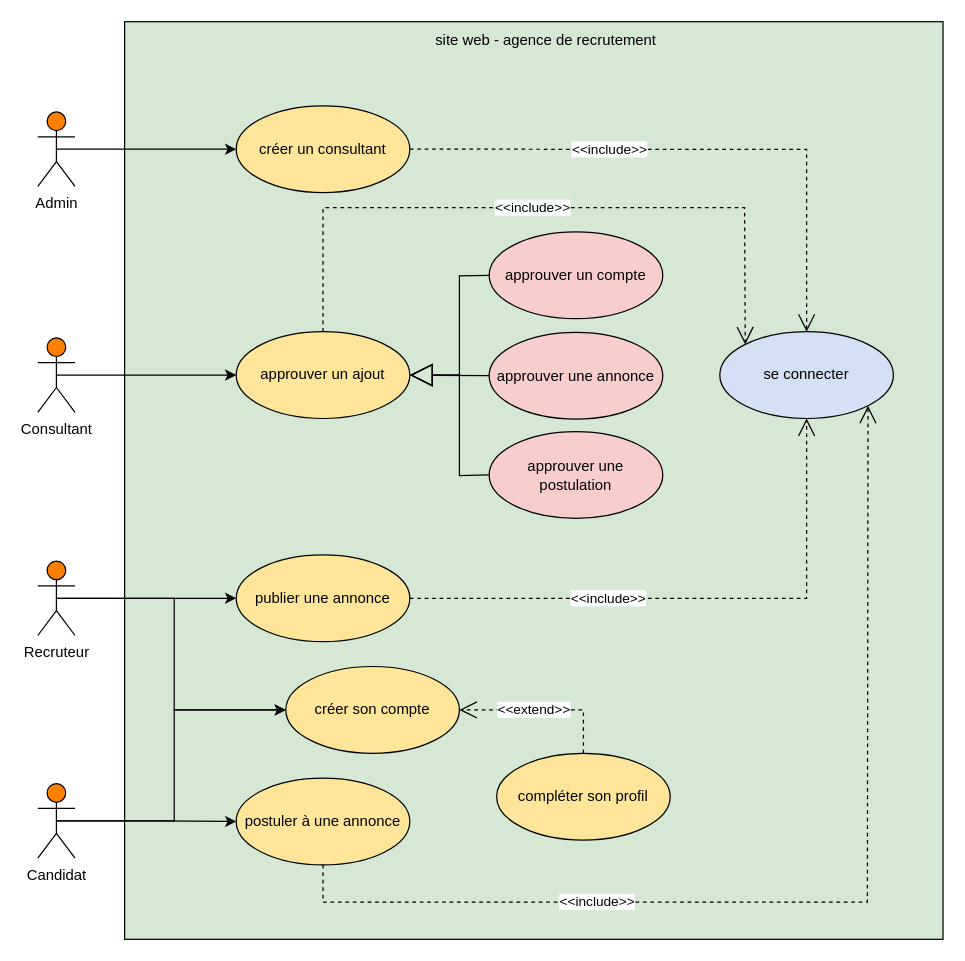
Before: page "Cas-Utilisation" (1 of 2) of agence.drawio in CaroVez/agenceRecrutement, a draw.io diagram. Source tidied: cells renumbered, new cells numbered last; positions are measured from the earlier drawing's top-left corner, leaving out a move shared by most shapes. Both pictures are drawn from the tidied source at 124%, with x=0, y=0 at pixel (37, 21).
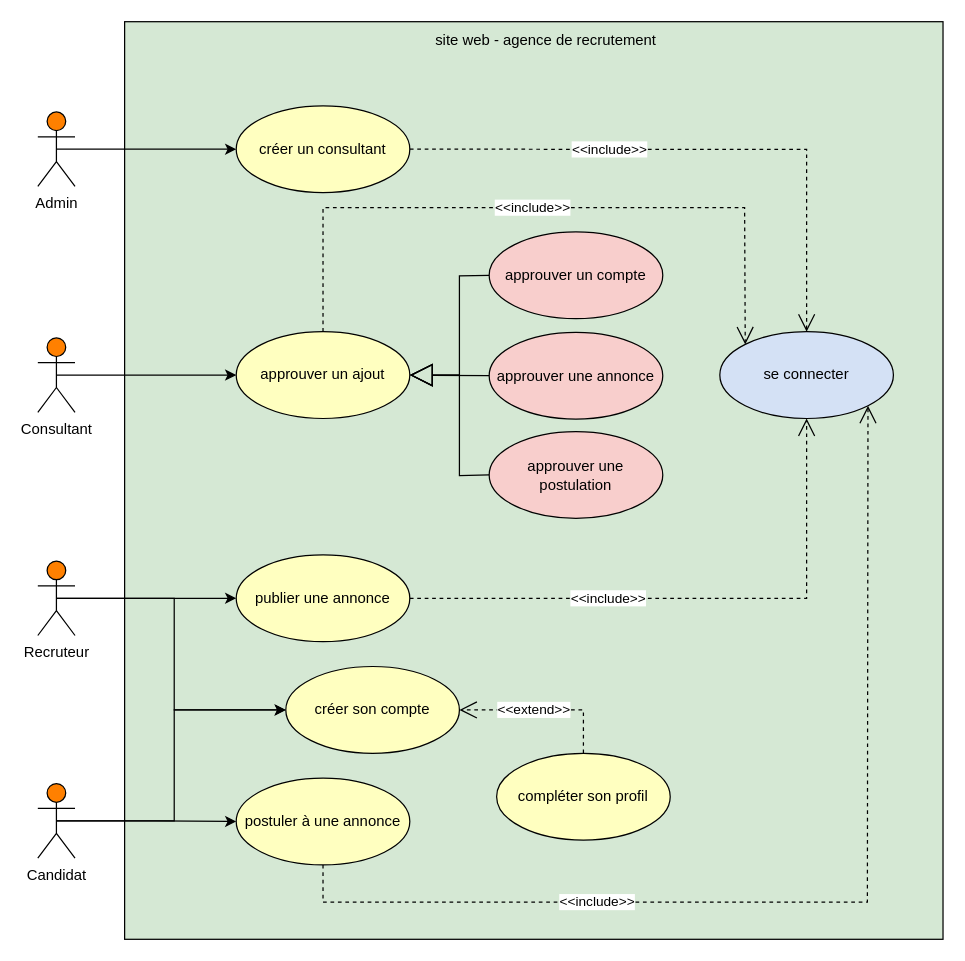
After the change.

Diff of the diagram source:
```diff
@@
-    <mxCell id="14" value="créer son compte" style="ellipse;whiteSpace=wrap;html=1;fillColor=#FFE599;" parent="1" vertex="1">
+    <mxCell id="14" value="créer son compte" style="ellipse;whiteSpace=wrap;html=1;fillColor=#FFFFC0;" parent="1" vertex="1">
       <mxGeometry x="200" y="520" width="140" height="70" as="geometry" />
     </mxCell>
@@
-    <mxCell id="16" value="créer un consultant" style="ellipse;whiteSpace=wrap;html=1;fillColor=#FFE599;" parent="1" vertex="1">
+    <mxCell id="16" value="créer un consultant" style="ellipse;whiteSpace=wrap;html=1;fillColor=#FFFFC0;" parent="1" vertex="1">
       <mxGeometry x="160" y="67.8" width="140" height="70" as="geometry" />
     </mxCell>
-    <mxCell id="17" value="compléter son profil" style="ellipse;whiteSpace=wrap;html=1;fillColor=#FFE599;" parent="1" vertex="1">
+    <mxCell id="17" value="compléter son profil" style="ellipse;whiteSpace=wrap;html=1;fillColor=#FFFFC0;" parent="1" vertex="1">
       <mxGeometry x="370" y="590" width="140" height="70" as="geometry" />
     </mxCell>
-    <mxCell id="18" value="publier une annonce" style="ellipse;whiteSpace=wrap;html=1;fillColor=#FFE599;" parent="1" vertex="1">
+    <mxCell id="18" value="publier une annonce" style="ellipse;whiteSpace=wrap;html=1;fillColor=#FFFFC0;" parent="1" vertex="1">
       <mxGeometry x="160" y="430" width="140" height="70" as="geometry" />
     </mxCell>
-    <mxCell id="19" value="postuler à une annonce" style="ellipse;whiteSpace=wrap;html=1;fillColor=#FFE599;" parent="1" vertex="1">
+    <mxCell id="19" value="postuler à une annonce" style="ellipse;whiteSpace=wrap;html=1;fillColor=#FFFFC0;" parent="1" vertex="1">
       <mxGeometry x="160" y="610" width="140" height="70" as="geometry" />
     </mxCell>
@@
-    <mxCell id="27" value="approuver un ajout" style="ellipse;whiteSpace=wrap;html=1;fillColor=#FFE599;" parent="1" vertex="1">
+    <mxCell id="27" value="approuver un ajout" style="ellipse;whiteSpace=wrap;html=1;fillColor=#FFFFC0;" parent="1" vertex="1">
       <mxGeometry x="160" y="250" width="140" height="70" as="geometry" />
     </mxCell>
```
